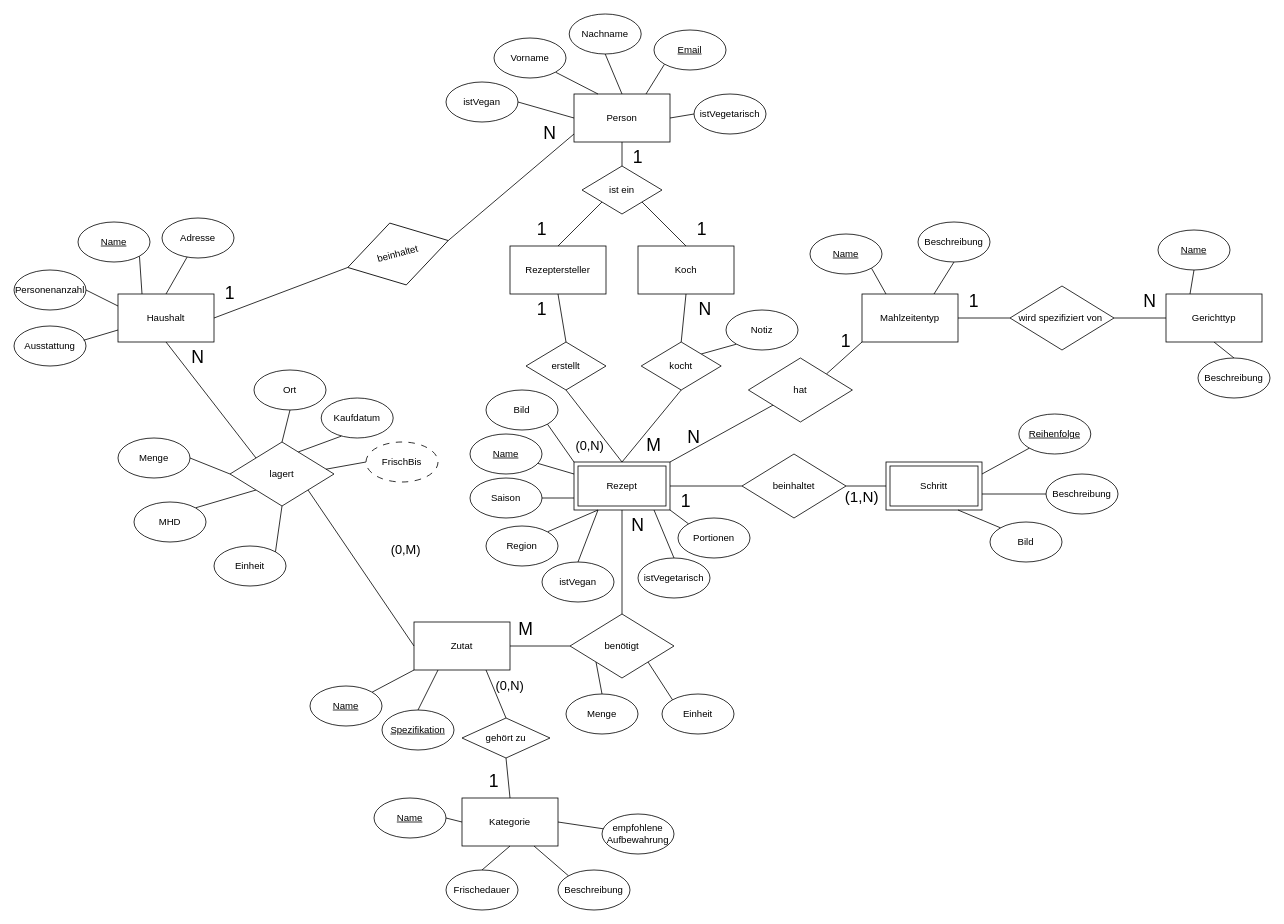
Earlier version of the draw.io diagram ERM_Rezeptdatenbank.drawio (yvesivo/datenbanken-kochbuch). Source tidied: cells renumbered, new cells numbered last; positions are measured from the earlier drawing's top-left corner, leaving out a move shared by most shapes. Both pictures are drawn from the tidied source at 80%, with x=0, y=0 at pixel (14, 14).
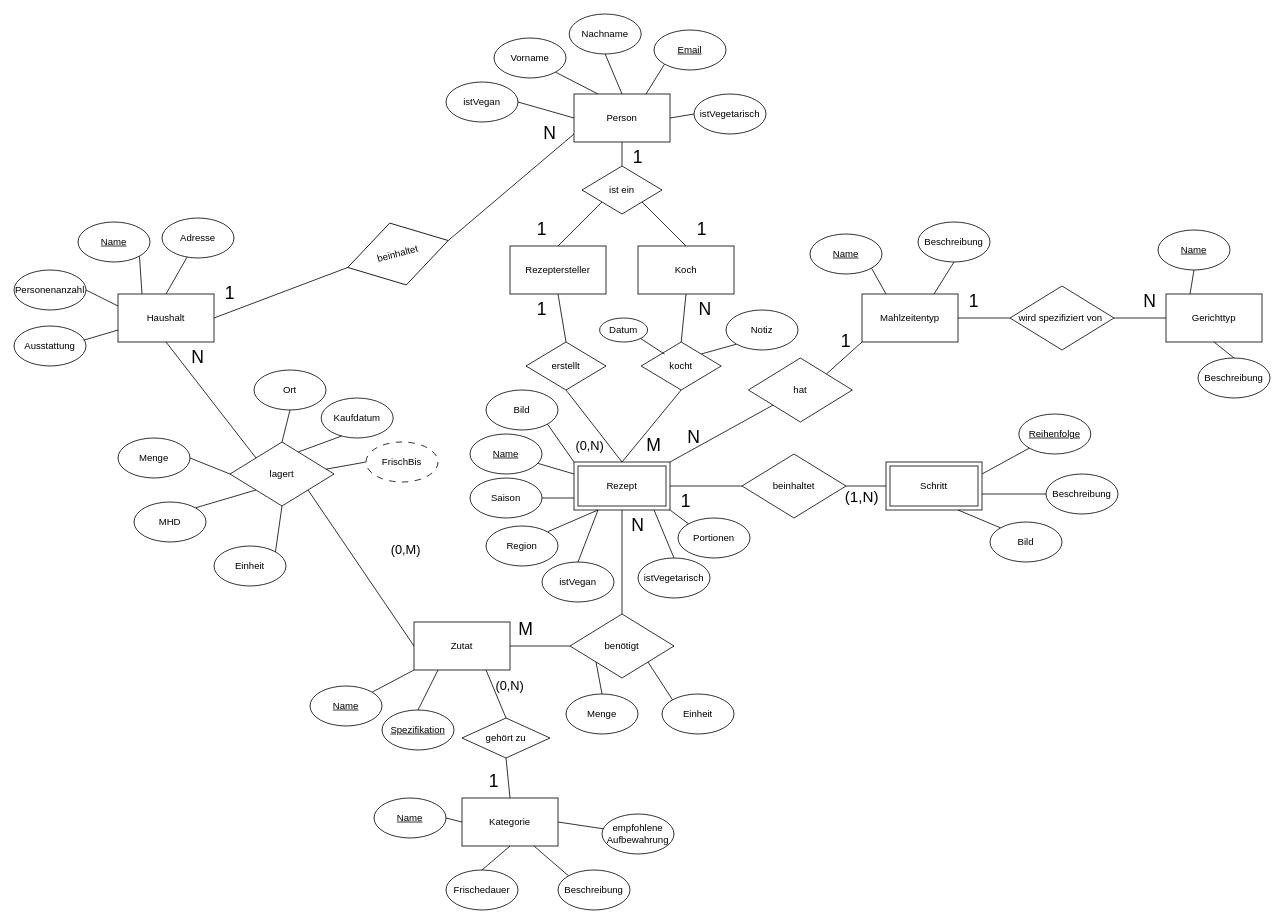
After the change.

Commit message:
Add Datum to kocht

The change refers to these unchanged cells:
```xml
<mxCell id="94" value="kocht" style="rhombus;whiteSpace=wrap;html=1;shapeInside=1;newEdgeStyle=%7B%22shape%22%3A%22connector%22%2C%22rounded%22%3A%220%22%2C%22orthogonalLoop%22%3A%221%22%2C%22jettySize%22%3A%22auto%22%2C%22html%22%3A%221%22%2C%22strokeColor%22%3A%22default%22%2C%22align%22%3A%22center%22%2C%22verticalAlign%22%3A%22middle%22%2C%22fontFamily%22%3A%22Helvetica%22%2C%22fontSize%22%3A%2211%22%2C%22fontColor%22%3A%22default%22%2C%22labelBackgroundColor%22%3A%22default%22%2C%22defaultLabelBackgroundColor%22%3A%22page%22%2C%22endArrow%22%3A%22none%22%2C%22endFill%22%3A%220%22%2C%22edgeStyle%22%3A%22none%22%7D;" parent="1" vertex="1">
  <mxGeometry x="784" y="410" width="100" height="60" as="geometry" />
</mxCell>
```

Diff of the diagram source:
```diff
@@
+    <mxCell id="152" value="Datum" style="ellipse;whiteSpace=wrap;html=1;shapeInside=1;" parent="1" vertex="1">
+      <mxGeometry x="732" y="380" width="60" height="30" as="geometry" />
+    </mxCell>
+    <mxCell id="153" style="shape=connector;rounded=0;jettySize=auto;html=1;exitX=1;exitY=1;exitDx=0;exitDy=0;entryX=0.292;entryY=0.252;entryDx=0;entryDy=0;entryPerimeter=0;strokeColor=default;align=center;verticalAlign=middle;fontFamily=Helvetica;fontSize=11;fontColor=default;labelBackgroundColor=default;defaultLabelBackgroundColor=page;endArrow=none;endFill=0;" parent="1" edge="1" source="152" target="94">
+      <mxGeometry relative="1" as="geometry" />
+    </mxCell>
```
